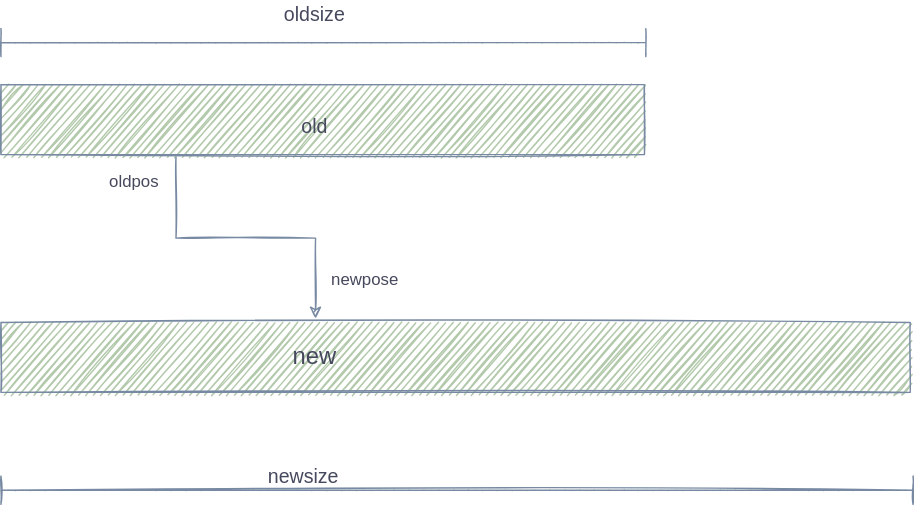
Above: Bspatch.svg in mengdemao/picture (draw.io), before the change. Source tidied: cells renumbered, new cells last; positions are measured from the earlier drawing's top-left corner, leaving out a move shared by most shapes. Its diagram source:
```xml
<mxGraphModel>
  <root>
    <mxCell id="0" />
    <mxCell id="1" parent="0" />
    <mxCell id="2" style="rounded=0;whiteSpace=wrap;html=1;sketch=1;fillColor=#B2C9AB;strokeColor=#788AA3;fontColor=#46495D;" parent="1" vertex="1">
      <mxGeometry y="60" width="460" height="50" as="geometry" />
    </mxCell>
    <mxCell id="3" style="rounded=0;whiteSpace=wrap;html=1;sketch=1;fillColor=#B2C9AB;strokeColor=#788AA3;fontColor=#46495D;" parent="1" vertex="1">
      <mxGeometry y="230" width="650" height="50" as="geometry" />
    </mxCell>
    <mxCell id="4" style="shape=crossbar;whiteSpace=wrap;html=1;rounded=1;sketch=1;fillColor=#B2C9AB;strokeColor=#788AA3;fontColor=#46495D;" parent="1" vertex="1">
      <mxGeometry y="20" width="461" height="20" as="geometry" />
    </mxCell>
    <mxCell id="5" value="&lt;font style=&quot;font-size: 14px&quot;&gt;oldsize&lt;/font&gt;" style="text;html=1;align=center;verticalAlign=middle;strokeColor=none;fillColor=none;sketch=1;fontColor=#46495D;" parent="1" vertex="1">
      <mxGeometry x="194" width="60" height="20" as="geometry" />
    </mxCell>
    <mxCell id="6" value="&lt;font style=&quot;font-size: 14px&quot;&gt;old&lt;/font&gt;" style="text;html=1;align=center;verticalAlign=middle;strokeColor=none;fillColor=none;sketch=1;fontColor=#46495D;" parent="1" vertex="1">
      <mxGeometry x="209" y="80" width="30" height="20" as="geometry" />
    </mxCell>
    <mxCell id="7" value="&lt;font style=&quot;font-size: 17px&quot;&gt;new&lt;/font&gt;" style="text;html=1;align=center;verticalAlign=middle;strokeColor=none;fillColor=none;sketch=1;fontColor=#46495D;" parent="1" vertex="1">
      <mxGeometry x="199" y="245" width="50" height="20" as="geometry" />
    </mxCell>
    <mxCell id="8" style="shape=crossbar;whiteSpace=wrap;html=1;rounded=1;sketch=1;fillColor=#B2C9AB;strokeColor=#788AA3;fontColor=#46495D;" parent="1" vertex="1">
      <mxGeometry y="340" width="652" height="20" as="geometry" />
    </mxCell>
    <mxCell id="9" value="&lt;font style=&quot;font-size: 14px&quot;&gt;newsize&lt;/font&gt;" style="text;html=1;align=center;verticalAlign=middle;strokeColor=none;fillColor=none;sketch=1;fontColor=#46495D;" parent="1" vertex="1">
      <mxGeometry x="181" y="330" width="70" height="20" as="geometry" />
    </mxCell>
    <mxCell id="10" style="edgeStyle=elbowEdgeStyle;elbow=vertical;endArrow=classic;html=1;rounded=0;exitX=0.272;exitY=1.039;exitDx=0;exitDy=0;exitPerimeter=0;entryX=0.346;entryY=-0.055;entryDx=0;entryDy=0;entryPerimeter=0;sketch=1;strokeColor=#788AA3;fontColor=#46495D;" parent="1" edge="1" source="2" target="3">
      <mxGeometry relative="1" as="geometry" />
    </mxCell>
    <mxCell id="11" value="oldpos" style="text;html=1;align=center;verticalAlign=middle;strokeColor=none;fillColor=none;sketch=1;fontColor=#46495D;" parent="1" vertex="1">
      <mxGeometry x="70" y="120" width="50" height="20" as="geometry" />
    </mxCell>
    <mxCell id="12" value="newpose" style="text;html=1;align=center;verticalAlign=middle;strokeColor=none;fillColor=none;sketch=1;fontColor=#46495D;" parent="1" vertex="1">
      <mxGeometry x="230" y="190" width="60" height="20" as="geometry" />
    </mxCell>
  </root>
</mxGraphModel>
```
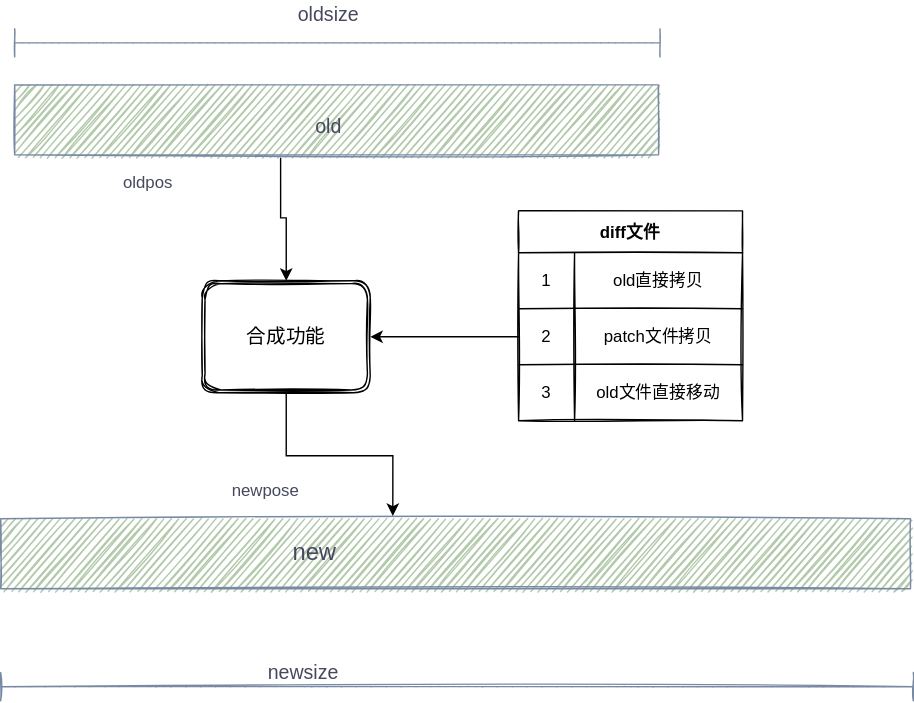
The same file after the commit.

Diff of the diagram source:
```diff
@@ -6,7 +6,7 @@
       <mxGeometry y="60" width="460" height="50" as="geometry" />
     </mxCell>
     <mxCell id="3" style="rounded=0;whiteSpace=wrap;html=1;sketch=1;fillColor=#B2C9AB;strokeColor=#788AA3;fontColor=#46495D;" parent="1" vertex="1">
-      <mxGeometry y="230" width="650" height="50" as="geometry" />
+      <mxGeometry x="-10" y="370" width="650" height="50" as="geometry" />
     </mxCell>
     <mxCell id="4" style="shape=crossbar;whiteSpace=wrap;html=1;rounded=1;sketch=1;fillColor=#B2C9AB;strokeColor=#788AA3;fontColor=#46495D;" parent="1" vertex="1">
       <mxGeometry y="20" width="461" height="20" as="geometry" />
@@ -18,22 +18,61 @@
       <mxGeometry x="209" y="80" width="30" height="20" as="geometry" />
     </mxCell>
     <mxCell id="7" value="&lt;font style=&quot;font-size: 17px&quot;&gt;new&lt;/font&gt;" style="text;html=1;align=center;verticalAlign=middle;strokeColor=none;fillColor=none;sketch=1;fontColor=#46495D;" parent="1" vertex="1">
-      <mxGeometry x="199" y="245" width="50" height="20" as="geometry" />
+      <mxGeometry x="189" y="385" width="50" height="20" as="geometry" />
     </mxCell>
     <mxCell id="8" style="shape=crossbar;whiteSpace=wrap;html=1;rounded=1;sketch=1;fillColor=#B2C9AB;strokeColor=#788AA3;fontColor=#46495D;" parent="1" vertex="1">
-      <mxGeometry y="340" width="652" height="20" as="geometry" />
+      <mxGeometry x="-10" y="480" width="652" height="20" as="geometry" />
     </mxCell>
     <mxCell id="9" value="&lt;font style=&quot;font-size: 14px&quot;&gt;newsize&lt;/font&gt;" style="text;html=1;align=center;verticalAlign=middle;strokeColor=none;fillColor=none;sketch=1;fontColor=#46495D;" parent="1" vertex="1">
-      <mxGeometry x="181" y="330" width="70" height="20" as="geometry" />
+      <mxGeometry x="171" y="470" width="70" height="20" as="geometry" />
     </mxCell>
-    <mxCell id="10" style="edgeStyle=elbowEdgeStyle;elbow=vertical;endArrow=classic;html=1;rounded=0;exitX=0.272;exitY=1.039;exitDx=0;exitDy=0;exitPerimeter=0;entryX=0.346;entryY=-0.055;entryDx=0;entryDy=0;entryPerimeter=0;sketch=1;strokeColor=#788AA3;fontColor=#46495D;" parent="1" edge="1" source="2" target="3">
-      <mxGeometry relative="1" as="geometry" />
-    </mxCell>
     <mxCell id="11" value="oldpos" style="text;html=1;align=center;verticalAlign=middle;strokeColor=none;fillColor=none;sketch=1;fontColor=#46495D;" parent="1" vertex="1">
       <mxGeometry x="70" y="120" width="50" height="20" as="geometry" />
     </mxCell>
     <mxCell id="12" value="newpose" style="text;html=1;align=center;verticalAlign=middle;strokeColor=none;fillColor=none;sketch=1;fontColor=#46495D;" parent="1" vertex="1">
-      <mxGeometry x="230" y="190" width="60" height="20" as="geometry" />
+      <mxGeometry x="149" y="340" width="60" height="20" as="geometry" />
     </mxCell>
+    <mxCell id="13" value="diff文件" style="shape=table;startSize=30;fontStyle=1;align=center;sketch=1;" parent="1" vertex="1">
+      <mxGeometry x="360" y="150" width="160" height="150" as="geometry" />
+    </mxCell>
+    <mxCell id="14" style="shape=partialRectangle;html=1;whiteSpace=wrap;fillColor=none;top=0;left=0;bottom=0;right=0;sketch=1;" parent="13" vertex="1">
+      <mxGeometry y="30" width="160" height="40" as="geometry" />
+    </mxCell>
+    <mxCell id="15" value="1" style="shape=partialRectangle;html=1;whiteSpace=wrap;fillColor=none;top=0;left=0;bottom=0;right=0;overflow=hidden;sketch=1;" parent="14" vertex="1">
+      <mxGeometry width="40" height="40" as="geometry" />
+    </mxCell>
+    <mxCell id="16" value="old直接拷贝" style="shape=partialRectangle;html=1;whiteSpace=wrap;fillColor=none;top=0;left=0;bottom=0;right=0;overflow=hidden;sketch=1;" parent="14" vertex="1">
+      <mxGeometry x="40" width="120" height="40" as="geometry" />
+    </mxCell>
+    <mxCell id="17" style="shape=partialRectangle;html=1;whiteSpace=wrap;fillColor=none;top=0;left=0;bottom=0;right=0;points=[[0,0.5],[1,0.5]];portConstraint=eastwest;sketch=1;" parent="13" vertex="1">
+      <mxGeometry y="70" width="160" height="40" as="geometry" />
+    </mxCell>
+    <mxCell id="18" value="2" style="shape=partialRectangle;html=1;whiteSpace=wrap;fillColor=none;top=0;left=0;bottom=0;right=0;overflow=hidden;sketch=1;" parent="17" vertex="1">
+      <mxGeometry width="40" height="40" as="geometry" />
+    </mxCell>
+    <mxCell id="19" value="patch文件拷贝" style="shape=partialRectangle;html=1;whiteSpace=wrap;fillColor=none;top=0;left=0;bottom=0;right=0;overflow=hidden;sketch=1;" parent="17" vertex="1">
+      <mxGeometry x="40" width="120" height="40" as="geometry" />
+    </mxCell>
+    <mxCell id="20" style="shape=partialRectangle;html=1;whiteSpace=wrap;fillColor=none;top=0;left=0;bottom=0;right=0;sketch=1;" parent="13" vertex="1">
+      <mxGeometry y="110" width="160" height="40" as="geometry" />
+    </mxCell>
+    <mxCell id="21" value="3" style="shape=partialRectangle;html=1;whiteSpace=wrap;fillColor=none;top=0;left=0;bottom=0;right=0;overflow=hidden;sketch=1;" parent="20" vertex="1">
+      <mxGeometry width="40" height="40" as="geometry" />
+    </mxCell>
+    <mxCell id="22" value="old文件直接移动" style="shape=partialRectangle;html=1;whiteSpace=wrap;fillColor=none;top=0;left=0;bottom=0;right=0;overflow=hidden;sketch=1;" parent="20" vertex="1">
+      <mxGeometry x="40" width="120" height="40" as="geometry" />
+    </mxCell>
+    <mxCell id="23" style="edgeStyle=orthogonalEdgeStyle;rounded=0;jettySize=auto;html=1;entryX=1;entryY=0.5;entryDx=0;entryDy=0;" parent="1" edge="1" source="17" target="25">
+      <mxGeometry relative="1" as="geometry" />
+    </mxCell>
+    <mxCell id="24" style="edgeStyle=orthogonalEdgeStyle;rounded=0;jettySize=auto;html=1;entryX=0.431;entryY=-0.04;entryDx=0;entryDy=0;entryPerimeter=0;" parent="1" edge="1" source="25" target="3">
+      <mxGeometry relative="1" as="geometry" />
+    </mxCell>
+    <mxCell id="25" value="&lt;font style=&quot;font-size: 14px&quot;&gt;合成功能&lt;/font&gt;" style="shape=ext;double=1;rounded=1;whiteSpace=wrap;html=1;sketch=1;" parent="1" vertex="1">
+      <mxGeometry x="134" y="200" width="120" height="80" as="geometry" />
+    </mxCell>
+    <mxCell id="26" style="endArrow=classic;html=1;rounded=0;edgeStyle=orthogonalEdgeStyle;exitX=0.413;exitY=1.043;exitDx=0;exitDy=0;exitPerimeter=0;entryX=0.5;entryY=0;entryDx=0;entryDy=0;" parent="1" edge="1" source="2" target="25">
+      <mxGeometry relative="1" as="geometry" />
+    </mxCell>
   </root>
 </mxGraphModel>
```
